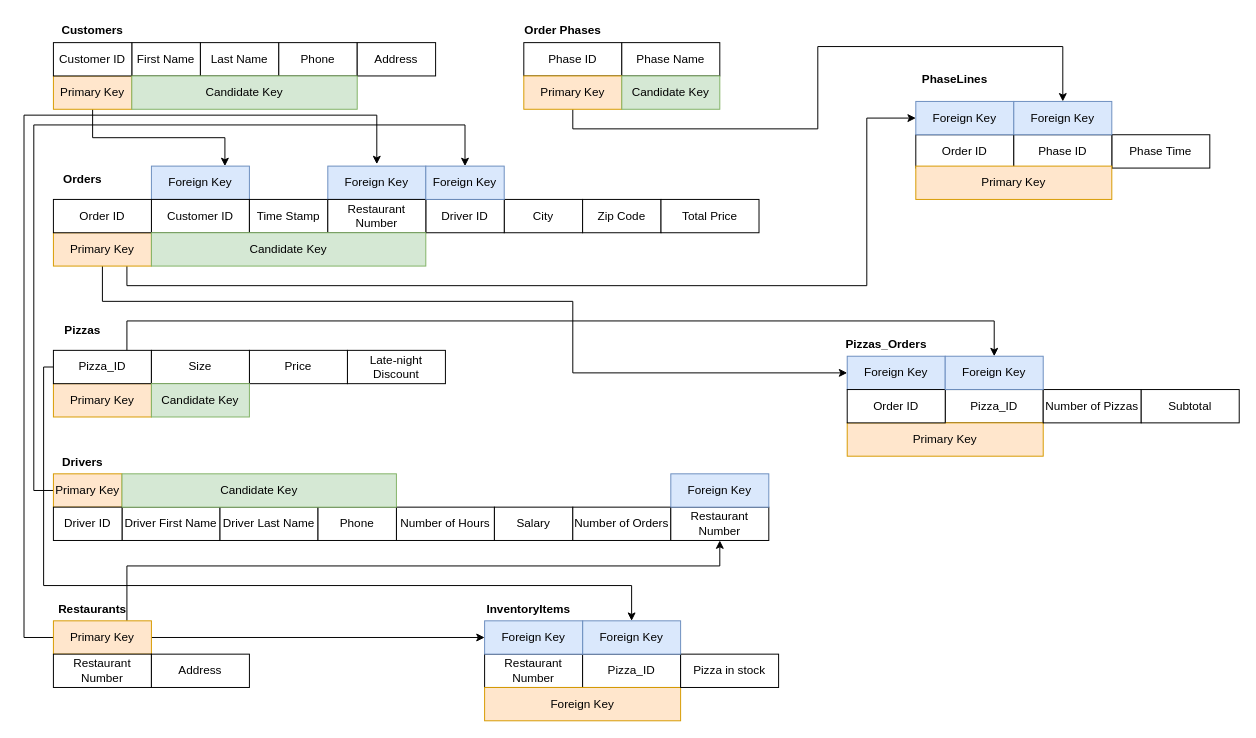
Above: page "Second Relation Scheme" (4 of 4) of Project01.drawio in thanhnguyen210299/CSULB-CECS-323 (draw.io), before the change. Source tidied: cells renumbered, new cells numbered last; positions are measured from the earlier drawing's top-left corner, leaving out a move shared by most shapes. Both pictures are drawn from the tidied source at 98%, with x=0, y=0 at pixel (24, 17).
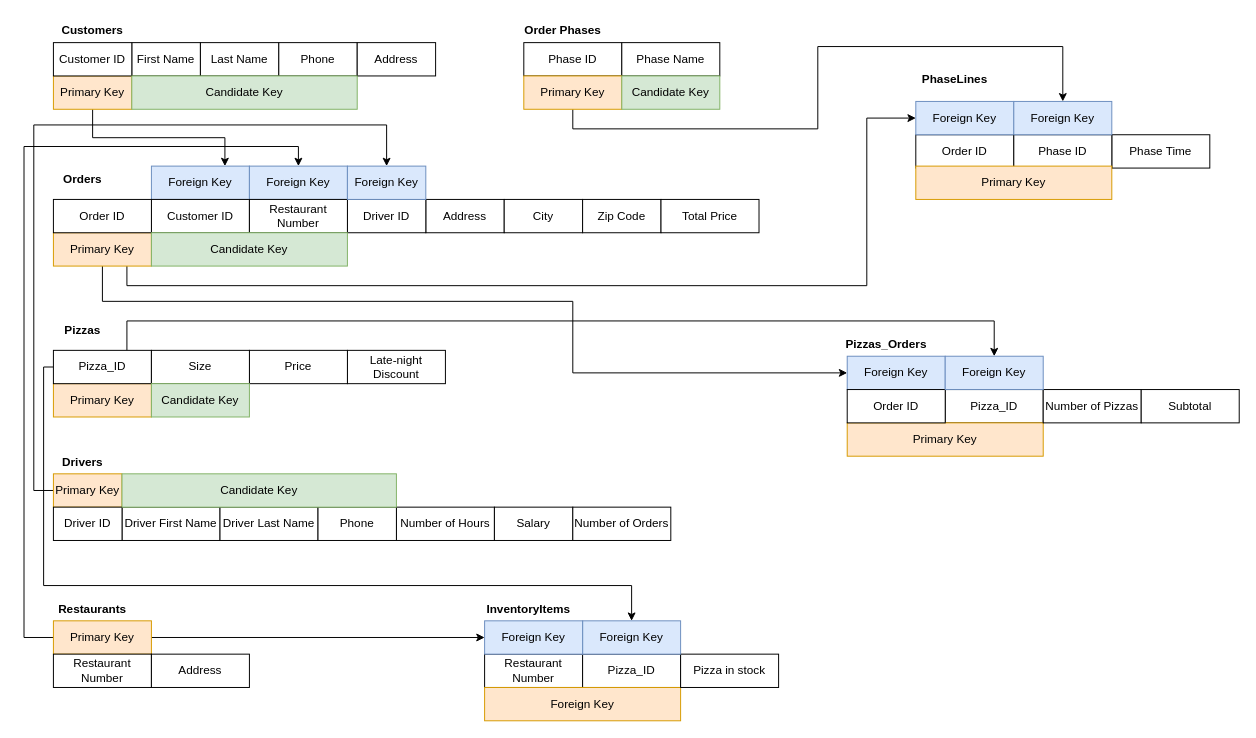
After the change.

Unchanged cells that the change refers to:
```xml
<mxCell id="21" value="Primary Key" style="rounded=0;whiteSpace=wrap;html=1;fillColor=#ffe6cc;strokeColor=#d79b00;" parent="1" vertex="1">
  <mxGeometry x="30" y="466" width="70" height="34" as="geometry" />
</mxCell>
<mxCell id="34" value="Primary Key" style="rounded=0;whiteSpace=wrap;html=1;fillColor=#ffe6cc;strokeColor=#d79b00;" parent="1" vertex="1">
  <mxGeometry x="30" y="616" width="100" height="34" as="geometry" />
</mxCell>
```

Diff of the diagram source:
```diff
@@
-    <mxCell id="16" value="Time Stamp" style="rounded=0;whiteSpace=wrap;html=1;" parent="1" vertex="1">
-      <mxGeometry x="230" y="186" width="80" height="34" as="geometry" />
+    <mxCell id="16" value="Address" style="rounded=0;whiteSpace=wrap;html=1;" parent="1" vertex="1">
+      <mxGeometry x="410" y="186" width="80" height="34" as="geometry" />
     </mxCell>
@@
     <mxCell id="20" style="edgeStyle=orthogonalEdgeStyle;rounded=0;jettySize=auto;html=1;exitX=0;exitY=0.5;exitDx=0;exitDy=0;entryX=0.5;entryY=0;entryDx=0;entryDy=0;" parent="1" edge="1" source="21" target="38">
       <mxGeometry relative="1" as="geometry">
         <Array as="points">
           <mxPoint x="10" y="483" />
           <mxPoint x="10" y="110" />
-          <mxPoint x="450" y="110" />
+          <mxPoint x="370" y="110" />
         </Array>
       </mxGeometry>
     </mxCell>
@@
     <mxCell id="28" value="Driver ID" style="rounded=0;whiteSpace=wrap;html=1;" parent="1" vertex="1">
-      <mxGeometry x="410" y="186" width="80" height="34" as="geometry" />
+      <mxGeometry x="330" y="186" width="80" height="34" as="geometry" />
     </mxCell>
     <mxCell id="29" value="Foreign Key" style="rounded=0;whiteSpace=wrap;html=1;fillColor=#dae8fc;strokeColor=#6c8ebf;" parent="1" vertex="1">
-      <mxGeometry x="310" y="152" width="100" height="34" as="geometry" />
+      <mxGeometry x="230" y="152" width="100" height="34" as="geometry" />
     </mxCell>
     <mxCell id="30" value="Restaurant Number" style="rounded=0;whiteSpace=wrap;html=1;" parent="1" vertex="1">
-      <mxGeometry x="310" y="186" width="100" height="34" as="geometry" />
+      <mxGeometry x="230" y="186" width="100" height="34" as="geometry" />
     </mxCell>
@@
-    <mxCell id="32" style="edgeStyle=orthogonalEdgeStyle;rounded=0;jettySize=auto;html=1;exitX=0;exitY=0.5;exitDx=0;exitDy=0;" parent="1" edge="1" source="34">
-      <mxGeometry relative="1" as="geometry">
-        <mxPoint x="360" y="150" as="targetPoint" />
-        <Array as="points">
-          <mxPoint y="633" />
-          <mxPoint y="100" />
-          <mxPoint x="360" y="100" />
-        </Array>
-      </mxGeometry>
-    </mxCell>
-    <mxCell id="33" style="edgeStyle=orthogonalEdgeStyle;rounded=0;jettySize=auto;html=1;exitX=0.75;exitY=0;exitDx=0;exitDy=0;entryX=0.5;entryY=1;entryDx=0;entryDy=0;" parent="1" edge="1" source="34" target="66">
-      <mxGeometry relative="1" as="geometry">
-        <Array as="points">
-          <mxPoint x="105" y="560" />
-          <mxPoint x="710" y="560" />
-        </Array>
-      </mxGeometry>
-    </mxCell>
+    <mxCell id="84" style="edgeStyle=orthogonalEdgeStyle;rounded=0;jettySize=auto;html=1;exitX=0;exitY=0.5;exitDx=0;exitDy=0;entryX=0.5;entryY=0;entryDx=0;entryDy=0;" parent="1" edge="1" source="34" target="29">
+      <mxGeometry relative="1" as="geometry">
+        <Array as="points">
+          <mxPoint y="633" />
+          <mxPoint y="132" />
+          <mxPoint x="280" y="132" />
+        </Array>
+      </mxGeometry>
+    </mxCell>
@@
     <mxCell id="38" value="Foreign Key" style="rounded=0;whiteSpace=wrap;html=1;fillColor=#dae8fc;strokeColor=#6c8ebf;" parent="1" vertex="1">
-      <mxGeometry x="410" y="152" width="80" height="34" as="geometry" />
+      <mxGeometry x="330" y="152" width="80" height="34" as="geometry" />
     </mxCell>
@@
     <mxCell id="57" value="Candidate Key" style="rounded=0;whiteSpace=wrap;html=1;fillColor=#d5e8d4;strokeColor=#82b366;" parent="1" vertex="1">
-      <mxGeometry x="130" y="220" width="280" height="34" as="geometry" />
+      <mxGeometry x="130" y="220" width="200" height="34" as="geometry" />
     </mxCell>
@@
-    <mxCell id="66" value="Restaurant Number" style="rounded=0;whiteSpace=wrap;html=1;" parent="1" vertex="1">
-      <mxGeometry x="660" y="500" width="100" height="34" as="geometry" />
-    </mxCell>
-    <mxCell id="67" value="Foreign Key" style="rounded=0;whiteSpace=wrap;html=1;fillColor=#dae8fc;strokeColor=#6c8ebf;" parent="1" vertex="1">
-      <mxGeometry x="660" y="466" width="100" height="34" as="geometry" />
-    </mxCell>
```
